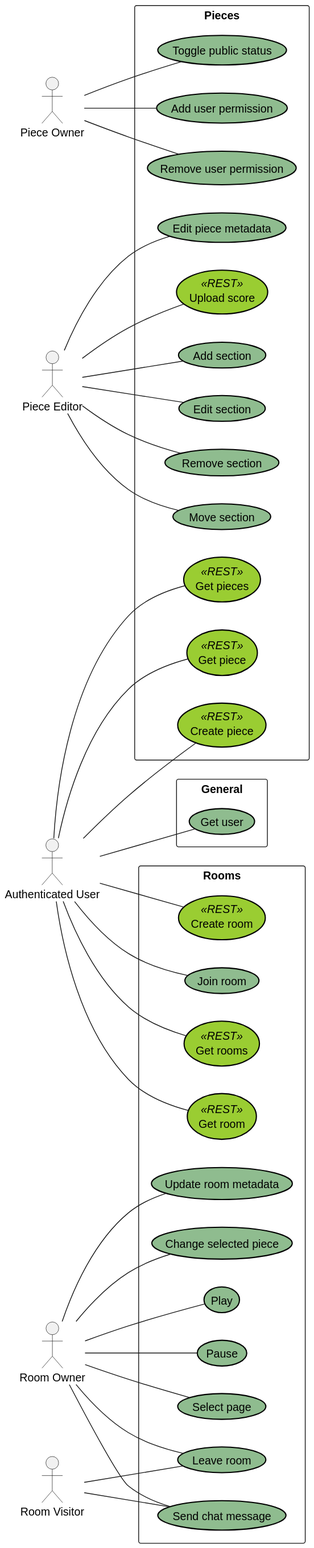
Earlier version of the PlantUML export docs/assets/diagrams/usecase-diagram.svg (rafaelurben/sheetmusic-learner).
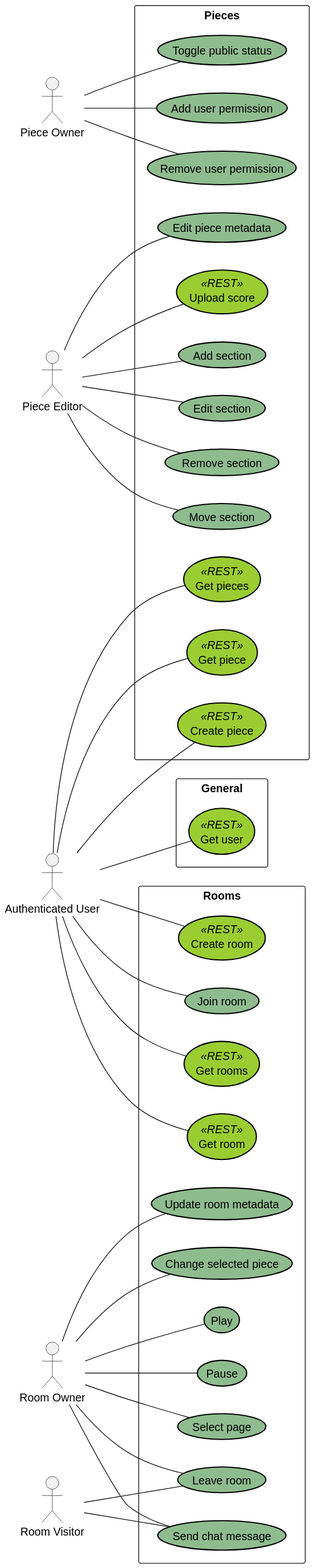
The same diagram one commit later.

Change to the diagram source:
```diff
@@ -17,7 +17,7 @@
 actor "Room Visitor" as RV
 
 rectangle "General" {
-  usecase UC_GetUser as "Get user"
+  usecase UC_GetUser << REST >> as "Get user"
 }
 
 rectangle "Pieces" {
```
